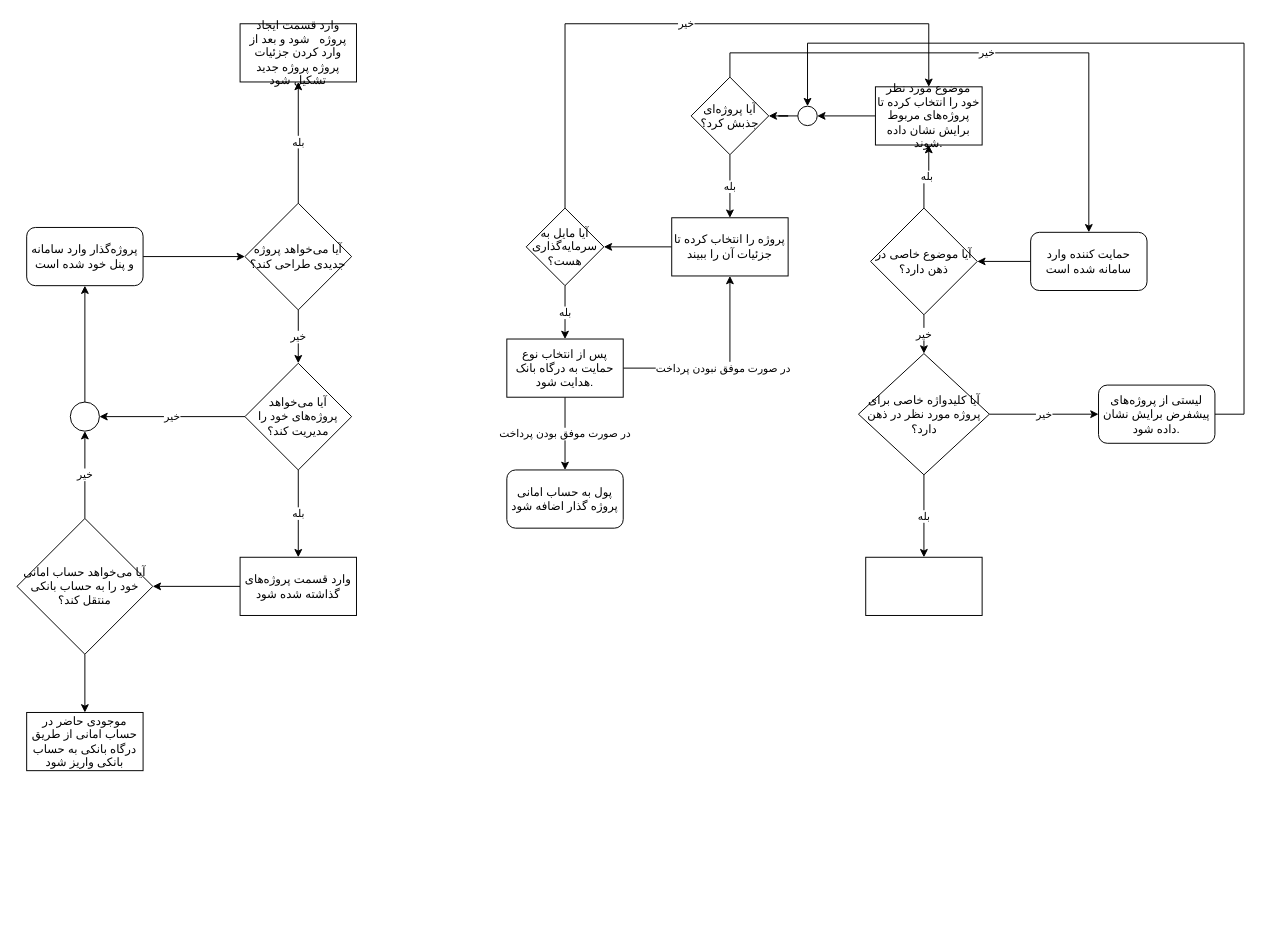
Above: Buisiness WorkFlow.drawio in AwesDea/EC (draw.io), before the change. Source tidied: cells renumbered, new cells numbered last; positions are measured from the earlier drawing's top-left corner, leaving out a move shared by most shapes. Both pictures are drawn from the tidied source at 97%, with x=0, y=0 at pixel (16, 23).
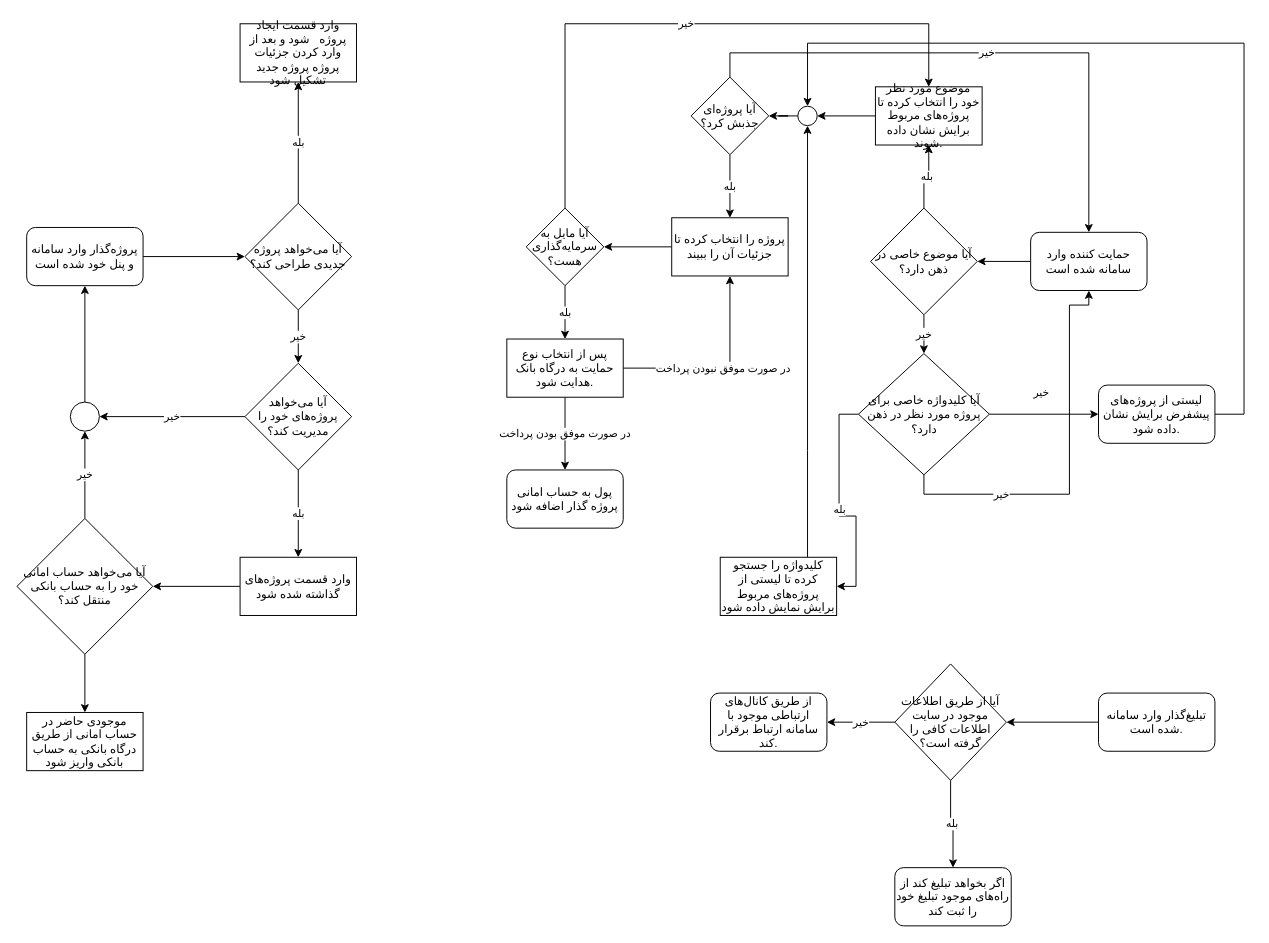
Above is the later version.

Unchanged cells that the change refers to:
```xml
<mxCell id="14" value="حمایت کننده وارد سامانه شده است" style="rounded=1;whiteSpace=wrap;html=1;" parent="1" vertex="1">
  <mxGeometry x="1045" y="215" width="120" height="60" as="geometry" />
</mxCell>
<mxCell id="20" value="آیا کلیدواژه خاصی برای پروژه مورد نظر در ذهن دارد؟" style="rhombus;whiteSpace=wrap;html=1;" parent="1" vertex="1">
  <mxGeometry x="867.5" y="340" width="135" height="125" as="geometry" />
</mxCell>
<mxCell id="42" value="لیستی از پروژه‌های پیشفرض برایش نشان داده شود." style="rounded=1;whiteSpace=wrap;html=1;" parent="1" vertex="1">
  <mxGeometry x="1115" y="372.5" width="120" height="60" as="geometry" />
</mxCell>
<mxCell id="44" style="ellipse;whiteSpace=wrap;html=1;" parent="1" vertex="1">
  <mxGeometry x="805" y="85" width="20" height="20" as="geometry" />
</mxCell>
```

Diff of the diagram source:
```diff
@@
     <mxCell id="18" value="خیر" style="edgeStyle=orthogonalEdgeStyle;rounded=0;jettySize=auto;html=1;entryX=0;entryY=0.5;entryDx=0;entryDy=0;" parent="1" edge="1" source="20" target="42">
-      <mxGeometry relative="1" as="geometry" />
+      <mxGeometry x="0.01" y="23" relative="1" as="geometry">
+        <mxPoint x="-4" as="offset" />
+      </mxGeometry>
     </mxCell>
-    <mxCell id="19" value="بله" style="edgeStyle=orthogonalEdgeStyle;rounded=0;jettySize=auto;html=1;entryX=0.5;entryY=0;entryDx=0;entryDy=0;" parent="1" edge="1" source="20" target="45">
-      <mxGeometry relative="1" as="geometry" />
-    </mxCell>
+    <mxCell id="46" value="بله&lt;br&gt;" style="edgeStyle=orthogonalEdgeStyle;rounded=0;jettySize=auto;html=1;exitX=0;exitY=0.5;exitDx=0;exitDy=0;entryX=1;entryY=0.5;entryDx=0;entryDy=0;" parent="1" edge="1" source="20" target="45">
+      <mxGeometry relative="1" as="geometry" />
+    </mxCell>
+    <mxCell id="47" value="خیر" style="edgeStyle=orthogonalEdgeStyle;rounded=0;jettySize=auto;html=1;exitX=0.5;exitY=1;exitDx=0;exitDy=0;entryX=0.5;entryY=1;entryDx=0;entryDy=0;" parent="1" edge="1" source="20" target="14">
+      <mxGeometry x="-0.5" relative="1" as="geometry">
+        <Array as="points">
+          <mxPoint x="935" y="485" />
+          <mxPoint x="1085" y="485" />
+          <mxPoint x="1085" y="290" />
+          <mxPoint x="1105" y="290" />
+        </Array>
+      </mxGeometry>
+    </mxCell>
@@
+    <mxCell id="48" style="edgeStyle=orthogonalEdgeStyle;rounded=0;jettySize=auto;html=1;entryX=0.5;entryY=1;entryDx=0;entryDy=0;" parent="1" edge="1" source="45" target="44">
+      <mxGeometry relative="1" as="geometry">
+        <Array as="points">
+          <mxPoint x="815" y="440" />
+          <mxPoint x="815" y="440" />
+        </Array>
+      </mxGeometry>
+    </mxCell>
-    <mxCell id="45" style="rounded=0;whiteSpace=wrap;html=1;" parent="1" vertex="1">
-      <mxGeometry x="875" y="550" width="120" height="60" as="geometry" />
+    <mxCell id="45" value="کلیدواژه را جستجو کرده تا لیستی از پروژه‌های مربوط برایش نمایش داده شود" style="rounded=0;whiteSpace=wrap;html=1;" parent="1" vertex="1">
+      <mxGeometry x="725" y="550" width="120" height="60" as="geometry" />
     </mxCell>
+    <mxCell id="49" style="edgeStyle=orthogonalEdgeStyle;rounded=0;jettySize=auto;html=1;entryX=1;entryY=0.5;entryDx=0;entryDy=0;" parent="1" edge="1" source="50" target="52">
+      <mxGeometry relative="1" as="geometry" />
+    </mxCell>
+    <mxCell id="50" value="تبلیغ‌گذار وارد سامانه شده است." style="rounded=1;whiteSpace=wrap;html=1;" parent="1" vertex="1">
+      <mxGeometry x="1115" y="690" width="120" height="60" as="geometry" />
+    </mxCell>
+    <mxCell id="19" value="بله" style="edgeStyle=orthogonalEdgeStyle;rounded=0;jettySize=auto;html=1;entryX=0.5;entryY=0;entryDx=0;entryDy=0;" parent="1" edge="1" source="52" target="53">
+      <mxGeometry relative="1" as="geometry" />
+    </mxCell>
+    <mxCell id="51" value="خیر" style="edgeStyle=orthogonalEdgeStyle;rounded=0;jettySize=auto;html=1;entryX=1;entryY=0.5;entryDx=0;entryDy=0;" parent="1" edge="1" source="52" target="54">
+      <mxGeometry relative="1" as="geometry" />
+    </mxCell>
+    <mxCell id="52" value="آیا از طریق اطلاعات موجود در سایت اطلاعات کافی را گرفته است؟" style="rhombus;whiteSpace=wrap;html=1;" parent="1" vertex="1">
+      <mxGeometry x="905" y="660" width="115" height="120" as="geometry" />
+    </mxCell>
+    <mxCell id="53" value="اگر بخواهد تبلیغ کند از راه‌های موجود تبلیغ خود را ثبت کند" style="rounded=1;whiteSpace=wrap;html=1;" parent="1" vertex="1">
+      <mxGeometry x="905" y="870" width="120" height="60" as="geometry" />
+    </mxCell>
+    <mxCell id="54" value="از طریق کانال‌های ارتباطی موجود با سامانه ارتباط برقرار کند." style="rounded=1;whiteSpace=wrap;html=1;" parent="1" vertex="1">
+      <mxGeometry x="715" y="690" width="120" height="60" as="geometry" />
+    </mxCell>
```
